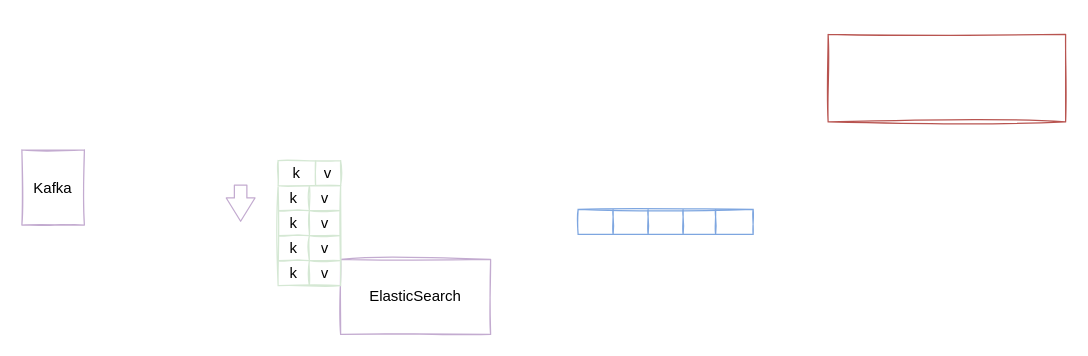
nullbull/uml keeps this draw.io diagram as page "Page-8" (8 of 16) of shuzhi.drawio. Above is the earlier version. Source tidied: cells renumbered, new cells numbered last; positions are measured from the earlier drawing's top-left corner, leaving out a move shared by most shapes. Both pictures are drawn from the tidied source at 125%, with x=0, y=0 at pixel (21, 34).
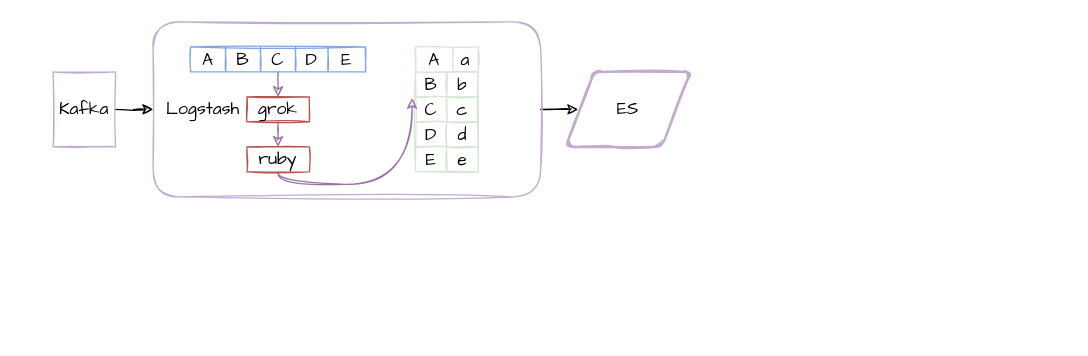
The same diagram, later.

The edit, as a diff of the source:
```diff
@@
-    <mxCell id="2" value="ElasticSearch" style="rounded=0;whiteSpace=wrap;html=1;sketch=1;strokeColor=#C3ABD0;" parent="1" vertex="1">
-      <mxGeometry x="255" y="180" width="120" height="60" as="geometry" />
-    </mxCell>
+    <mxCell id="32" style="edgeStyle=orthogonalEdgeStyle;curved=1;rounded=0;sketch=1;jettySize=auto;html=1;fontFamily=Comic Sans MS;fontSize=14;" parent="1" edge="1" source="33">
+      <mxGeometry relative="1" as="geometry">
+        <mxPoint x="445" y="60" as="targetPoint" />
+      </mxGeometry>
+    </mxCell>
+    <mxCell id="33" style="rounded=1;whiteSpace=wrap;html=1;sketch=1;strokeColor=#C3ABD0;fontFamily=Comic Sans MS;fontSize=14;" parent="1" vertex="1">
+      <mxGeometry x="105" y="-10" width="310" height="140" as="geometry" />
+    </mxCell>
+    <mxCell id="34" style="edgeStyle=orthogonalEdgeStyle;curved=1;rounded=0;sketch=1;jettySize=auto;html=1;entryX=0;entryY=0.5;entryDx=0;entryDy=0;fontFamily=Comic Sans MS;fontSize=14;" parent="1" edge="1" source="3" target="33">
+      <mxGeometry relative="1" as="geometry" />
+    </mxCell>
-    <mxCell id="3" value="Kafka" style="rounded=0;whiteSpace=wrap;html=1;sketch=1;strokeColor=#C3ABD0;" parent="1" vertex="1">
-      <mxGeometry y="92.5" width="50" height="60" as="geometry" />
+    <mxCell id="3" value="Kafka" style="rounded=0;whiteSpace=wrap;html=1;sketch=1;strokeColor=#C3ABD0;fontFamily=Comic Sans MS;fontSize=14;" parent="1" vertex="1">
+      <mxGeometry x="25" y="30" width="50" height="60" as="geometry" />
     </mxCell>
+    <mxCell id="35" style="edgeStyle=elbowEdgeStyle;rounded=0;jettySize=auto;html=1;entryX=0.5;entryY=0;entryDx=0;entryDy=0;sketch=1;fillColor=#e1d5e7;strokeColor=#9673a6;fontFamily=Comic Sans MS;fontSize=14;" parent="1" edge="1" source="4" target="12">
+      <mxGeometry relative="1" as="geometry" />
+    </mxCell>
-    <mxCell id="4" style="shape=table;html=1;whiteSpace=wrap;startSize=0;childLayout=tableLayout;shadow=0;sketch=1;strokeColor=#7EA6E0;swimlaneFillColor=none;" parent="1" vertex="1">
-      <mxGeometry x="445" y="140" width="140" height="20" as="geometry" />
+    <mxCell id="4" style="shape=table;html=1;whiteSpace=wrap;startSize=0;childLayout=tableLayout;shadow=0;sketch=1;strokeColor=#7EA6E0;swimlaneFillColor=none;fontFamily=Comic Sans MS;fontSize=14;" parent="1" vertex="1">
+      <mxGeometry x="135" y="10" width="140" height="20" as="geometry" />
     </mxCell>
-    <mxCell id="5" style="shape=partialRectangle;html=1;whiteSpace=wrap;top=0;left=0;bottom=0;right=0;points=[[0,0.5],[1,0.5]];portConstraint=eastwest;sketch=1;strokeColor=#b85450;fillColor=none;" parent="4" vertex="1">
+    <mxCell id="5" style="shape=partialRectangle;html=1;whiteSpace=wrap;top=0;left=0;bottom=0;right=0;points=[[0,0.5],[1,0.5]];portConstraint=eastwest;sketch=1;strokeColor=#b85450;fillColor=none;fontFamily=Comic Sans MS;fontSize=14;" parent="4" vertex="1">
       <mxGeometry width="140" height="20" as="geometry" />
     </mxCell>
-    <mxCell id="6" style="shape=partialRectangle;html=1;whiteSpace=wrap;overflow=hidden;top=0;left=0;bottom=0;right=0;sketch=1;strokeColor=#b85450;fillColor=none;" parent="5" vertex="1">
+    <mxCell id="6" value="A" style="shape=partialRectangle;html=1;whiteSpace=wrap;overflow=hidden;top=0;left=0;bottom=0;right=0;sketch=1;strokeColor=#b85450;fillColor=none;fontFamily=Comic Sans MS;fontSize=14;" parent="5" vertex="1">
       <mxGeometry width="28" height="20" as="geometry" />
     </mxCell>
-    <mxCell id="7" style="shape=partialRectangle;html=1;whiteSpace=wrap;overflow=hidden;fillColor=none;top=0;left=0;bottom=0;right=0;" parent="5" vertex="1">
+    <mxCell id="7" value="B" style="shape=partialRectangle;html=1;whiteSpace=wrap;overflow=hidden;fillColor=none;top=0;left=0;bottom=0;right=0;sketch=1;fontFamily=Comic Sans MS;fontSize=14;" parent="5" vertex="1">
       <mxGeometry x="28" width="28" height="20" as="geometry" />
     </mxCell>
-    <mxCell id="8" style="shape=partialRectangle;html=1;whiteSpace=wrap;overflow=hidden;fillColor=none;top=0;left=0;bottom=0;right=0;" parent="5" vertex="1">
+    <mxCell id="8" value="C" style="shape=partialRectangle;html=1;whiteSpace=wrap;overflow=hidden;fillColor=none;top=0;left=0;bottom=0;right=0;sketch=1;fontFamily=Comic Sans MS;fontSize=14;" parent="5" vertex="1">
       <mxGeometry x="56" width="28" height="20" as="geometry" />
     </mxCell>
-    <mxCell id="9" style="shape=partialRectangle;html=1;whiteSpace=wrap;overflow=hidden;fillColor=none;top=0;left=0;bottom=0;right=0;" parent="5" vertex="1">
+    <mxCell id="9" value="D" style="shape=partialRectangle;html=1;whiteSpace=wrap;overflow=hidden;fillColor=none;top=0;left=0;bottom=0;right=0;sketch=1;fontFamily=Comic Sans MS;fontSize=14;" parent="5" vertex="1">
       <mxGeometry x="84" width="26" height="20" as="geometry" />
     </mxCell>
-    <mxCell id="10" style="shape=partialRectangle;html=1;whiteSpace=wrap;overflow=hidden;fillColor=none;top=0;left=0;bottom=0;right=0;" parent="5" vertex="1">
+    <mxCell id="10" value="E" style="shape=partialRectangle;html=1;whiteSpace=wrap;overflow=hidden;fillColor=none;top=0;left=0;bottom=0;right=0;sketch=1;fontFamily=Comic Sans MS;fontSize=14;" parent="5" vertex="1">
       <mxGeometry x="110" width="30" height="20" as="geometry" />
     </mxCell>
-    <mxCell id="11" style="edgeStyle=orthogonalEdgeStyle;rounded=0;sketch=1;orthogonalLoop=1;jettySize=auto;html=1;exitX=1;exitY=0.5;exitDx=0;exitDy=0;strokeColor=#C3ABD0;" parent="4" edge="1" source="5" target="5">
+    <mxCell id="11" style="edgeStyle=orthogonalEdgeStyle;rounded=0;sketch=1;orthogonalLoop=1;jettySize=auto;html=1;exitX=1;exitY=0.5;exitDx=0;exitDy=0;strokeColor=#C3ABD0;fontFamily=Comic Sans MS;fontSize=14;" parent="4" edge="1" source="5" target="5">
       <mxGeometry relative="1" as="geometry" />
     </mxCell>
+    <mxCell id="36" style="edgeStyle=elbowEdgeStyle;rounded=0;jettySize=auto;html=1;sketch=1;fontFamily=Comic Sans MS;fontSize=14;" parent="1" edge="1" source="12" target="33">
+      <mxGeometry relative="1" as="geometry" />
+    </mxCell>
+    <mxCell id="37" style="edgeStyle=elbowEdgeStyle;rounded=0;jettySize=auto;html=1;entryX=0.5;entryY=0;entryDx=0;entryDy=0;sketch=1;fillColor=#e1d5e7;strokeColor=#9673a6;fontFamily=Comic Sans MS;fontSize=14;" parent="1" edge="1" source="12" target="39">
+      <mxGeometry relative="1" as="geometry" />
+    </mxCell>
-    <mxCell id="12" style="rounded=0;whiteSpace=wrap;html=1;shadow=0;sketch=1;strokeColor=#b85450;fillColor=none;" parent="1" vertex="1">
-      <mxGeometry x="645" width="190" height="70" as="geometry" />
+    <mxCell id="12" value="grok" style="rounded=0;whiteSpace=wrap;html=1;shadow=0;sketch=1;strokeColor=#b85450;fillColor=none;fontFamily=Comic Sans MS;fontSize=14;" parent="1" vertex="1">
+      <mxGeometry x="180" y="50" width="50" height="20" as="geometry" />
     </mxCell>
-    <mxCell id="13" style="shape=flexArrow;endArrow=classic;html=1;strokeColor=#C3ABD0;endWidth=12;endSize=5.87;" parent="1" edge="1">
-      <mxGeometry relative="1" as="geometry">
-        <mxPoint x="175" y="120" as="sourcePoint" />
-        <mxPoint x="175" y="150" as="targetPoint" />
-      </mxGeometry>
-    </mxCell>
-    <mxCell id="14" style="group;rotation=90;" parent="1" vertex="1">
+    <mxCell id="14" style="group;rotation=90;sketch=1;fontFamily=Comic Sans MS;" parent="1" vertex="1">
       <mxGeometry x="495" y="150" width="50" height="100" as="geometry" />
     </mxCell>
-    <mxCell id="15" style="shape=table;html=1;whiteSpace=wrap;startSize=0;childLayout=tableLayout;sketch=1;strokeColor=#D5E8D4;" parent="14" vertex="1">
-      <mxGeometry x="-290" y="-29" width="50" height="80" as="geometry" />
+    <mxCell id="15" style="shape=table;html=1;whiteSpace=wrap;startSize=0;childLayout=tableLayout;sketch=1;strokeColor=#D5E8D4;fontFamily=Comic Sans MS;fontSize=14;" parent="14" vertex="1">
+      <mxGeometry x="-180" y="-120" width="50" height="80" as="geometry" />
     </mxCell>
-    <mxCell id="16" style="shape=partialRectangle;html=1;whiteSpace=wrap;fillColor=none;top=0;left=0;bottom=0;right=0;" parent="15" vertex="1">
+    <mxCell id="16" style="shape=partialRectangle;html=1;whiteSpace=wrap;fillColor=none;top=0;left=0;bottom=0;right=0;sketch=1;fontFamily=Comic Sans MS;fontSize=14;" parent="15" vertex="1">
       <mxGeometry width="50" height="20" as="geometry" />
     </mxCell>
-    <mxCell id="17" value="k" style="shape=partialRectangle;html=1;whiteSpace=wrap;overflow=hidden;fillColor=none;top=0;left=0;bottom=0;right=0;" parent="16" vertex="1">
+    <mxCell id="17" value="B" style="shape=partialRectangle;html=1;whiteSpace=wrap;overflow=hidden;fillColor=none;top=0;left=0;bottom=0;right=0;sketch=1;fontFamily=Comic Sans MS;fontSize=14;" parent="16" vertex="1">
       <mxGeometry width="25" height="20" as="geometry" />
     </mxCell>
-    <mxCell id="18" value="v" style="shape=partialRectangle;html=1;whiteSpace=wrap;overflow=hidden;fillColor=none;top=0;left=0;bottom=0;right=0;" parent="16" vertex="1">
+    <mxCell id="18" value="b" style="shape=partialRectangle;html=1;whiteSpace=wrap;overflow=hidden;fillColor=none;top=0;left=0;bottom=0;right=0;sketch=1;fontFamily=Comic Sans MS;fontSize=14;" parent="16" vertex="1">
       <mxGeometry x="25" width="25" height="20" as="geometry" />
     </mxCell>
-    <mxCell id="19" style="shape=partialRectangle;html=1;whiteSpace=wrap;fillColor=none;top=0;left=0;bottom=0;right=0;points=[[0,0.5],[1,0.5]];portConstraint=eastwest;" parent="15" vertex="1">
+    <mxCell id="19" style="shape=partialRectangle;html=1;whiteSpace=wrap;fillColor=none;top=0;left=0;bottom=0;right=0;points=[[0,0.5],[1,0.5]];portConstraint=eastwest;sketch=1;fontFamily=Comic Sans MS;fontSize=14;" parent="15" vertex="1">
       <mxGeometry y="20" width="50" height="20" as="geometry" />
     </mxCell>
-    <mxCell id="20" value="k" style="shape=partialRectangle;html=1;whiteSpace=wrap;overflow=hidden;fillColor=none;top=0;left=0;bottom=0;right=0;" parent="19" vertex="1">
+    <mxCell id="20" value="C" style="shape=partialRectangle;html=1;whiteSpace=wrap;overflow=hidden;fillColor=none;top=0;left=0;bottom=0;right=0;sketch=1;fontFamily=Comic Sans MS;fontSize=14;" parent="19" vertex="1">
       <mxGeometry width="25" height="20" as="geometry" />
     </mxCell>
-    <mxCell id="21" value="v" style="shape=partialRectangle;html=1;whiteSpace=wrap;overflow=hidden;fillColor=none;top=0;left=0;bottom=0;right=0;" parent="19" vertex="1">
+    <mxCell id="21" value="c" style="shape=partialRectangle;html=1;whiteSpace=wrap;overflow=hidden;fillColor=none;top=0;left=0;bottom=0;right=0;sketch=1;fontFamily=Comic Sans MS;fontSize=14;" parent="19" vertex="1">
       <mxGeometry x="25" width="25" height="20" as="geometry" />
     </mxCell>
-    <mxCell id="22" style="shape=partialRectangle;html=1;whiteSpace=wrap;fillColor=none;top=0;left=0;bottom=0;right=0;" parent="15" vertex="1">
+    <mxCell id="22" style="shape=partialRectangle;html=1;whiteSpace=wrap;fillColor=none;top=0;left=0;bottom=0;right=0;sketch=1;fontFamily=Comic Sans MS;fontSize=14;" parent="15" vertex="1">
       <mxGeometry y="40" width="50" height="20" as="geometry" />
     </mxCell>
-    <mxCell id="23" value="k" style="shape=partialRectangle;html=1;whiteSpace=wrap;overflow=hidden;fillColor=none;top=0;left=0;bottom=0;right=0;" parent="22" vertex="1">
+    <mxCell id="23" value="D" style="shape=partialRectangle;html=1;whiteSpace=wrap;overflow=hidden;fillColor=none;top=0;left=0;bottom=0;right=0;sketch=1;fontFamily=Comic Sans MS;fontSize=14;" parent="22" vertex="1">
       <mxGeometry width="25" height="20" as="geometry" />
     </mxCell>
-    <mxCell id="24" value="v" style="shape=partialRectangle;html=1;whiteSpace=wrap;overflow=hidden;fillColor=none;top=0;left=0;bottom=0;right=0;" parent="22" vertex="1">
+    <mxCell id="24" value="d" style="shape=partialRectangle;html=1;whiteSpace=wrap;overflow=hidden;fillColor=none;top=0;left=0;bottom=0;right=0;sketch=1;fontFamily=Comic Sans MS;fontSize=14;" parent="22" vertex="1">
       <mxGeometry x="25" width="25" height="20" as="geometry" />
     </mxCell>
-    <mxCell id="25" style="shape=partialRectangle;html=1;whiteSpace=wrap;fillColor=none;top=0;left=0;bottom=0;right=0;" parent="15" vertex="1">
+    <mxCell id="25" style="shape=partialRectangle;html=1;whiteSpace=wrap;fillColor=none;top=0;left=0;bottom=0;right=0;sketch=1;fontFamily=Comic Sans MS;fontSize=14;" parent="15" vertex="1">
       <mxGeometry y="60" width="50" height="20" as="geometry" />
     </mxCell>
-    <mxCell id="26" value="k" style="shape=partialRectangle;html=1;whiteSpace=wrap;overflow=hidden;fillColor=none;top=0;left=0;bottom=0;right=0;" parent="25" vertex="1">
+    <mxCell id="26" value="E" style="shape=partialRectangle;html=1;whiteSpace=wrap;overflow=hidden;fillColor=none;top=0;left=0;bottom=0;right=0;sketch=1;fontFamily=Comic Sans MS;fontSize=14;" parent="25" vertex="1">
       <mxGeometry width="25" height="20" as="geometry" />
     </mxCell>
-    <mxCell id="27" value="v" style="shape=partialRectangle;html=1;whiteSpace=wrap;overflow=hidden;fillColor=none;top=0;left=0;bottom=0;right=0;" parent="25" vertex="1">
+    <mxCell id="27" value="e" style="shape=partialRectangle;html=1;whiteSpace=wrap;overflow=hidden;fillColor=none;top=0;left=0;bottom=0;right=0;sketch=1;fontFamily=Comic Sans MS;fontSize=14;" parent="25" vertex="1">
       <mxGeometry x="25" width="25" height="20" as="geometry" />
     </mxCell>
-    <mxCell id="28" style="shape=table;html=1;whiteSpace=wrap;startSize=0;childLayout=tableLayout;sketch=1;strokeColor=#D5E8D4;" parent="14" vertex="1">
-      <mxGeometry x="-290" y="-49" width="50" height="20" as="geometry" />
+    <mxCell id="28" style="shape=table;html=1;whiteSpace=wrap;startSize=0;childLayout=tableLayout;sketch=1;strokeColor=#D5E8D4;fontFamily=Comic Sans MS;fontSize=14;" parent="14" vertex="1">
+      <mxGeometry x="-180" y="-140" width="50" height="20" as="geometry" />
     </mxCell>
-    <mxCell id="29" style="shape=partialRectangle;html=1;whiteSpace=wrap;fillColor=none;top=0;left=0;bottom=0;right=0;" parent="28" vertex="1">
+    <mxCell id="29" style="shape=partialRectangle;html=1;whiteSpace=wrap;fillColor=none;top=0;left=0;bottom=0;right=0;sketch=1;fontFamily=Comic Sans MS;fontSize=14;" parent="28" vertex="1">
       <mxGeometry width="50" height="20" as="geometry" />
     </mxCell>
-    <mxCell id="30" value="k" style="shape=partialRectangle;html=1;whiteSpace=wrap;overflow=hidden;fillColor=none;top=0;left=0;bottom=0;right=0;" parent="29" vertex="1">
+    <mxCell id="30" value="A" style="shape=partialRectangle;html=1;whiteSpace=wrap;overflow=hidden;fillColor=none;top=0;left=0;bottom=0;right=0;sketch=1;fontFamily=Comic Sans MS;fontSize=14;" parent="29" vertex="1">
       <mxGeometry width="30" height="20" as="geometry" />
     </mxCell>
-    <mxCell id="31" value="v" style="shape=partialRectangle;html=1;whiteSpace=wrap;overflow=hidden;fillColor=none;top=0;left=0;bottom=0;right=0;" parent="29" vertex="1">
+    <mxCell id="31" value="a" style="shape=partialRectangle;html=1;whiteSpace=wrap;overflow=hidden;fillColor=none;top=0;left=0;bottom=0;right=0;sketch=1;fontFamily=Comic Sans MS;fontSize=14;" parent="29" vertex="1">
       <mxGeometry x="30" width="20" height="20" as="geometry" />
     </mxCell>
+    <mxCell id="38" style="edgeStyle=orthogonalEdgeStyle;rounded=0;jettySize=auto;html=1;entryX=-0.056;entryY=0.05;entryDx=0;entryDy=0;entryPerimeter=0;curved=1;exitX=0.5;exitY=1;exitDx=0;exitDy=0;sketch=1;fillColor=#e1d5e7;strokeColor=#9673a6;fontFamily=Comic Sans MS;fontSize=14;" parent="1" edge="1" source="39" target="19">
+      <mxGeometry relative="1" as="geometry">
+        <Array as="points">
+          <mxPoint x="205" y="120" />
+          <mxPoint x="312" y="120" />
+        </Array>
+      </mxGeometry>
+    </mxCell>
+    <mxCell id="39" value="ruby" style="rounded=0;whiteSpace=wrap;html=1;shadow=0;sketch=1;strokeColor=#b85450;fillColor=none;fontFamily=Comic Sans MS;fontSize=14;" parent="1" vertex="1">
+      <mxGeometry x="180" y="90" width="50" height="20" as="geometry" />
+    </mxCell>
+    <mxCell id="40" value="ES" style="shape=parallelogram;html=1;strokeWidth=2;perimeter=parallelogramPerimeter;whiteSpace=wrap;rounded=1;arcSize=12;size=0.23;sketch=1;strokeColor=#C3ABD0;fontFamily=Comic Sans MS;fontSize=14;" parent="1" vertex="1">
+      <mxGeometry x="435" y="30" width="100" height="60" as="geometry" />
+    </mxCell>
+    <mxCell id="41" value="&lt;font style=&quot;font-size: 14px;&quot;&gt;Logstash&lt;/font&gt;" style="text;html=1;strokeColor=none;fillColor=none;align=center;verticalAlign=middle;whiteSpace=wrap;rounded=0;sketch=1;fontFamily=Comic Sans MS;fontSize=14;" parent="1" vertex="1">
+      <mxGeometry x="125" y="50" width="40" height="20" as="geometry" />
+    </mxCell>
```
